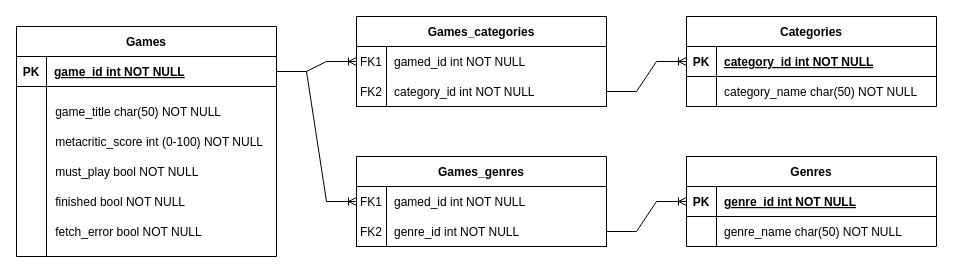
Before: db_relations.drawio in FernandesMF/game-sorter, a draw.io diagram. Source tidied: cells renumbered, new cells numbered last; positions are measured from the earlier drawing's top-left corner, leaving out a move shared by most shapes. Both pictures are drawn from the tidied source at 100%, with x=0, y=0 at pixel (16, 16).
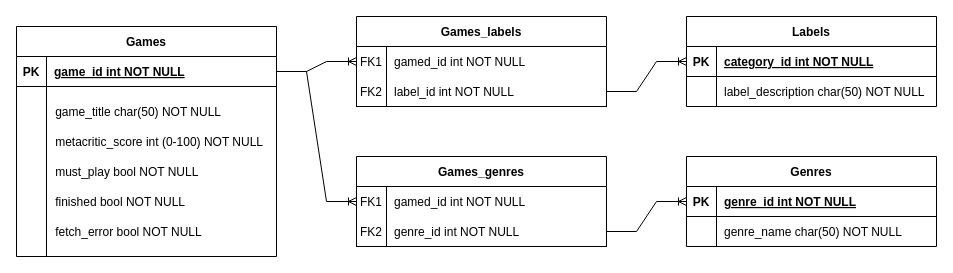
Above is the later version.

The change refers to these unchanged cells:
```xml
<mxCell id="16" style="group;" parent="15" vertex="1">
  <mxGeometry x="-10" width="250" height="110" as="geometry" />
</mxCell>
<mxCell id="46" style="group;" parent="1" vertex="1">
  <mxGeometry x="340" width="250" height="90" as="geometry" />
</mxCell>
```

The edit, as a diff of the source:
```diff
@@
-    <mxCell id="17" value="Categories" style="shape=table;startSize=30;childLayout=tableLayout;rowLines=0;fontStyle=1;align=center;" parent="16" vertex="1">
+    <mxCell id="17" value="Labels" style="shape=table;startSize=30;childLayout=tableLayout;rowLines=0;fontStyle=1;align=center;" parent="16" vertex="1">
       <mxGeometry width="250" height="90" as="geometry" />
     </mxCell>
@@
-    <mxCell id="25" value="category_name char(50) NOT NULL" style="shape=partialRectangle;overflow=hidden;fillColor=none;top=0;left=0;bottom=0;right=0;align=left;spacingLeft=6;" parent="16" vertex="1">
+    <mxCell id="25" value="label_description char(50) NOT NULL" style="shape=partialRectangle;overflow=hidden;fillColor=none;top=0;left=0;bottom=0;right=0;align=left;spacingLeft=6;" parent="16" vertex="1">
       <mxGeometry x="30" y="60" width="220" height="30" as="geometry" />
     </mxCell>
@@
-    <mxCell id="47" value="Games_categories" style="shape=table;startSize=30;childLayout=tableLayout;rowLines=0;fontStyle=1;align=center;" parent="46" vertex="1">
+    <mxCell id="47" value="Games_labels" style="shape=table;startSize=30;childLayout=tableLayout;rowLines=0;fontStyle=1;align=center;" parent="46" vertex="1">
       <mxGeometry width="250" height="90" as="geometry" />
     </mxCell>
@@
-    <mxCell id="51" value="category_id int NOT NULL" style="shape=partialRectangle;overflow=hidden;fillColor=none;top=0;left=0;bottom=0;right=0;align=left;spacingLeft=6;" parent="46" vertex="1">
+    <mxCell id="51" value="label_id int NOT NULL" style="shape=partialRectangle;overflow=hidden;fillColor=none;top=0;left=0;bottom=0;right=0;align=left;spacingLeft=6;" parent="46" vertex="1">
       <mxGeometry x="30" y="60" width="220" height="30" as="geometry" />
     </mxCell>
```
